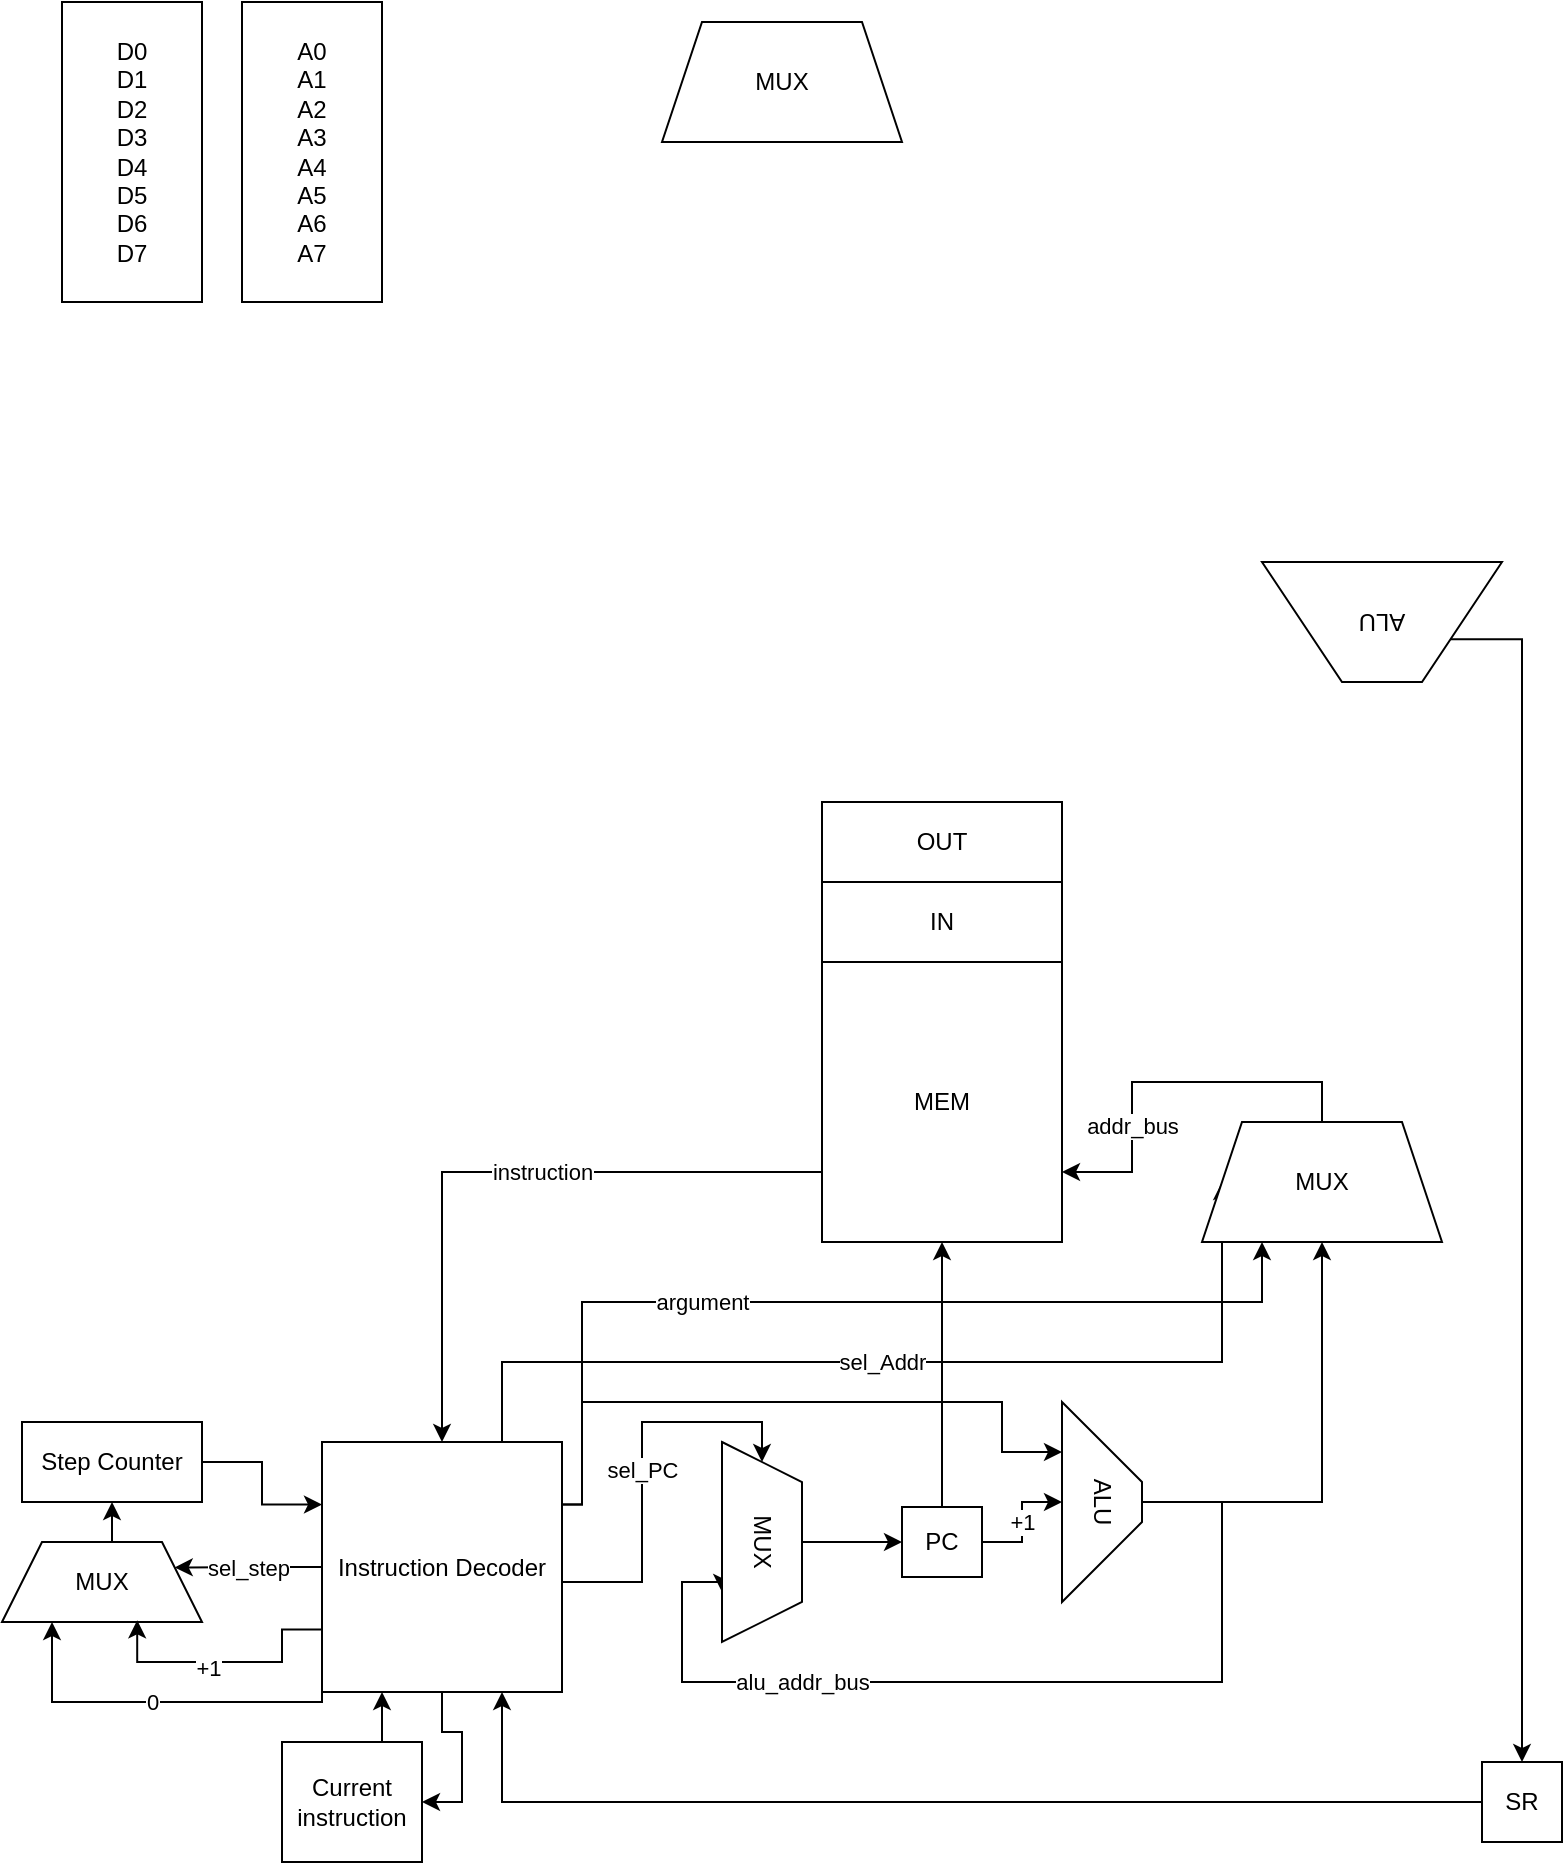
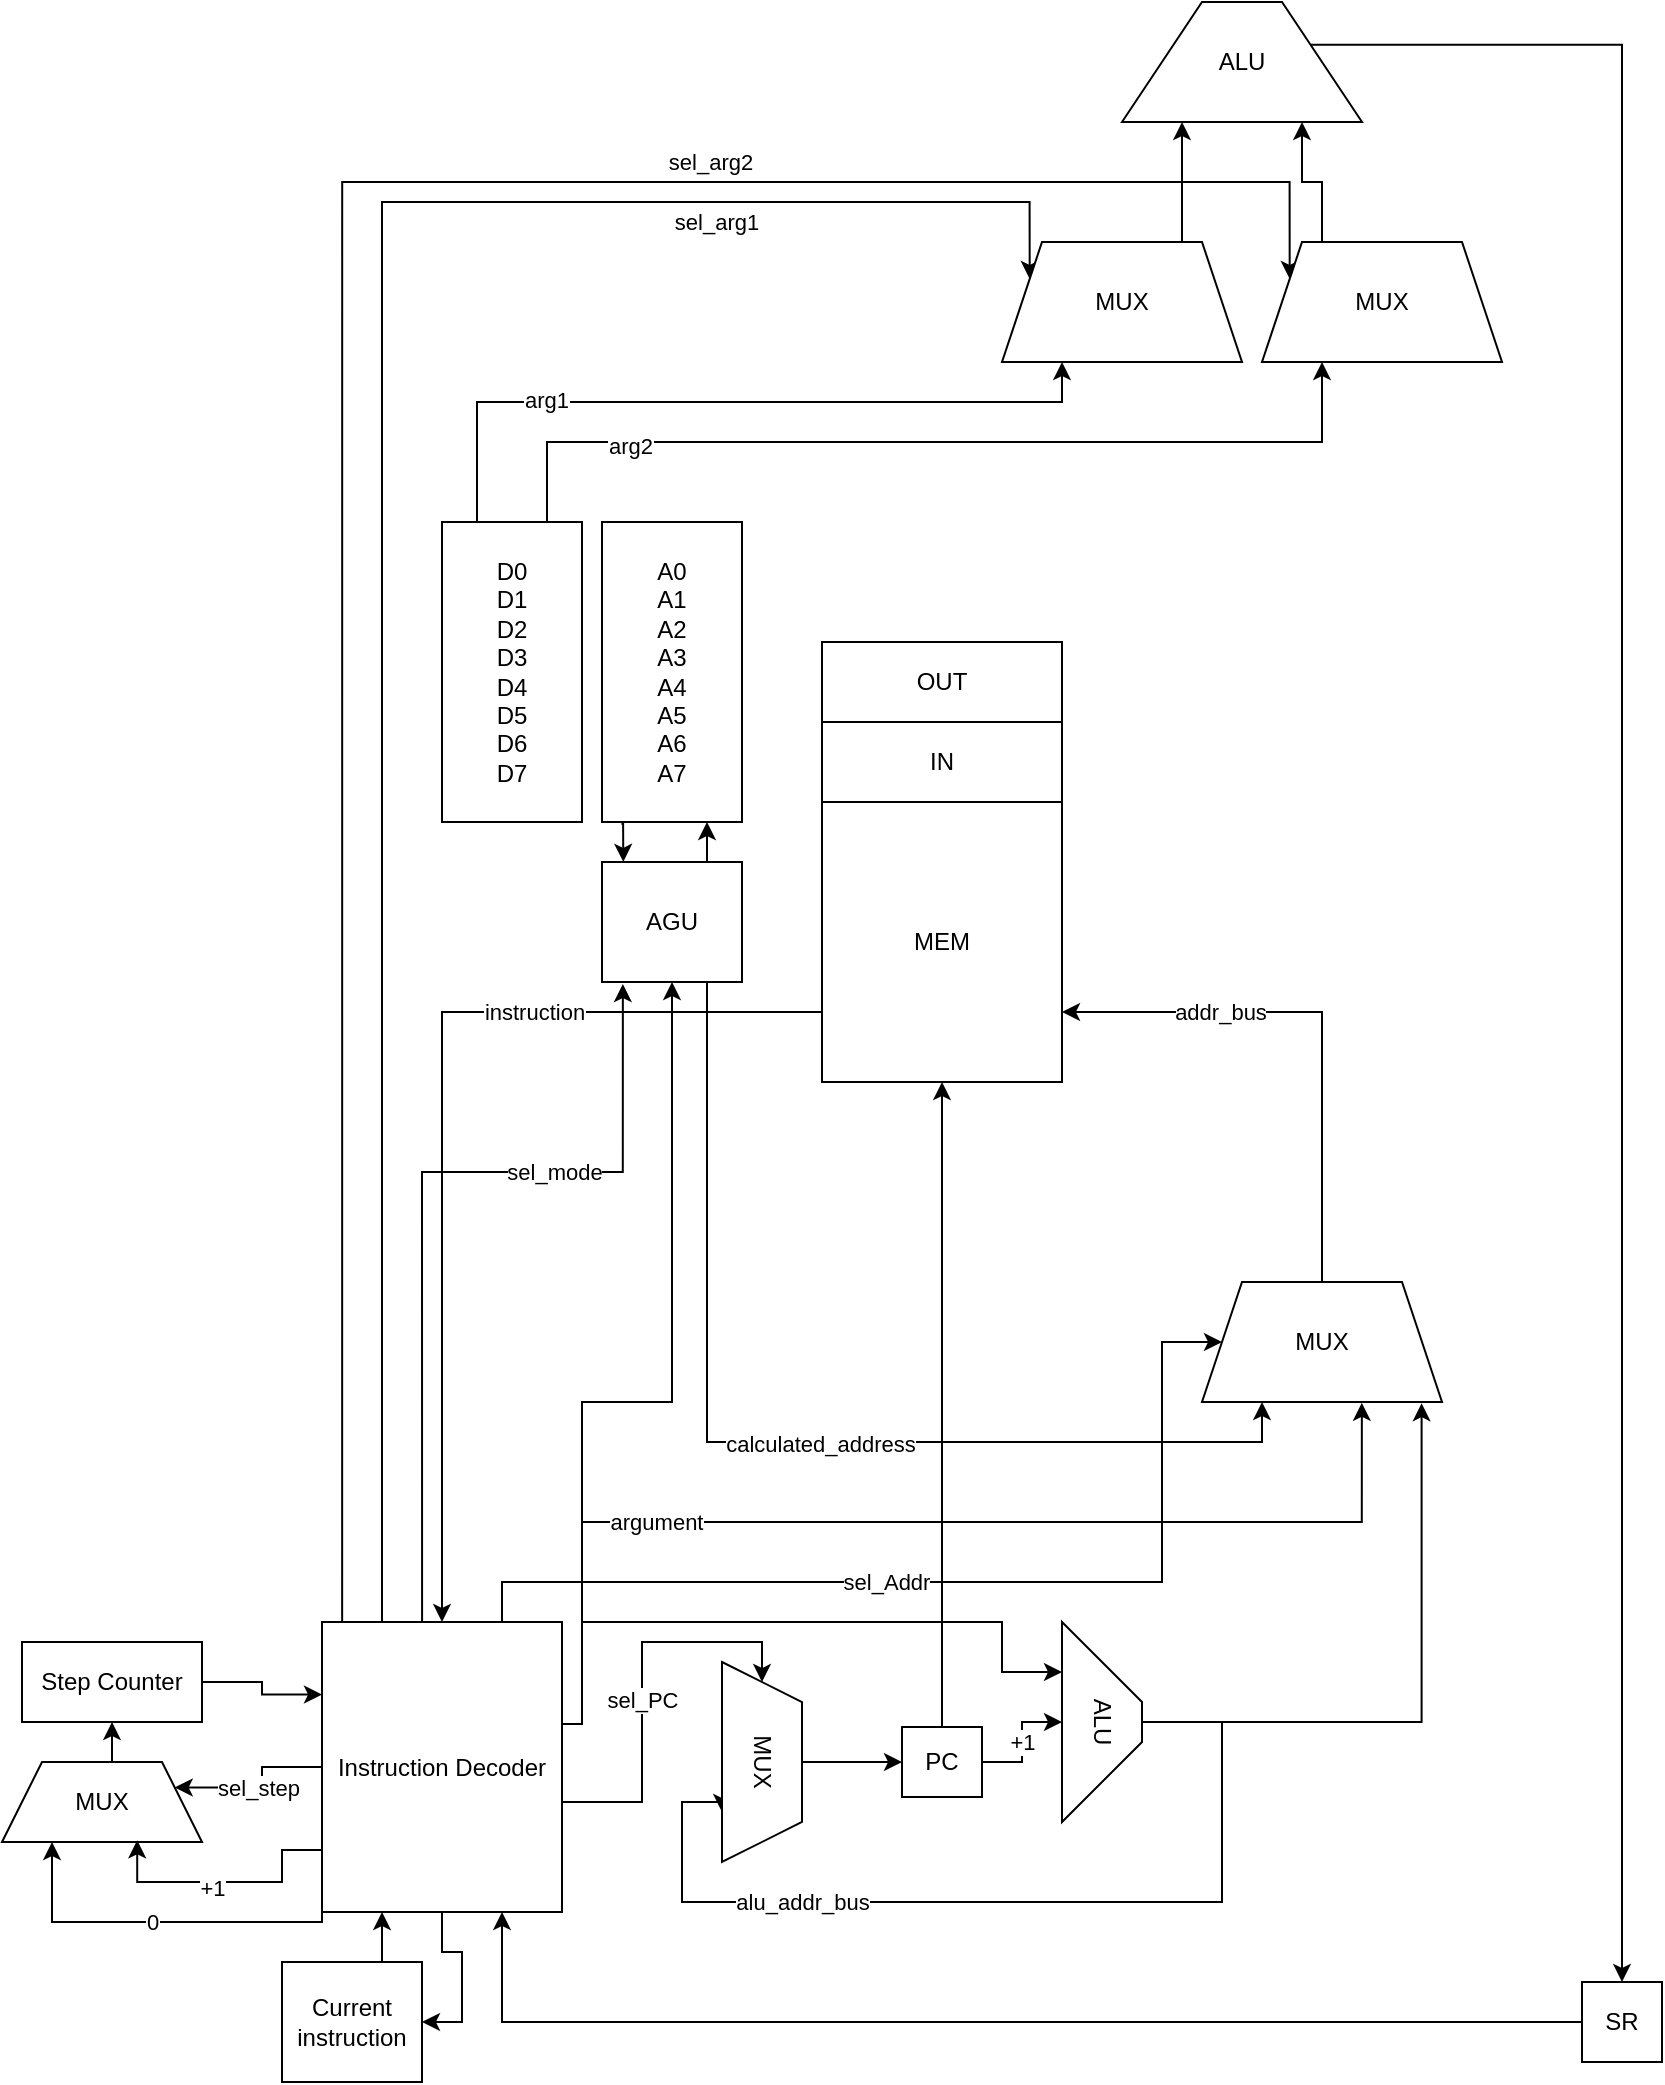
<mxfile host="app.diagrams.net">
  <diagram name="Page-1" id="vD0c1nyJ2qsoY4smOO1c">
-     <mxGraphModel dx="1109" dy="911" grid="1" gridSize="10" guides="1" tooltips="1" connect="1" arrows="1" fold="1" page="1" pageScale="1" pageWidth="850" pageHeight="1100" math="0" shadow="0">
+     <mxGraphModel dx="1194" dy="982" grid="1" gridSize="10" guides="1" tooltips="1" connect="1" arrows="1" fold="1" page="1" pageScale="1" pageWidth="850" pageHeight="1100" math="0" shadow="0">
      <root>
        <mxCell id="0" />
        <mxCell id="1" parent="0" />
+         <mxCell id="tmCgyVSAr47gJ168LUJc-76" edge="1" parent="1" source="tmCgyVSAr47gJ168LUJc-6" style="edgeStyle=orthogonalEdgeStyle;rounded=0;orthogonalLoop=1;jettySize=auto;html=1;exitX=0.25;exitY=0;exitDx=0;exitDy=0;entryX=0.25;entryY=1;entryDx=0;entryDy=0;" target="tmCgyVSAr47gJ168LUJc-71">
+           <mxGeometry relative="1" as="geometry">
+             <Array as="points">
+               <mxPoint x="248" y="240" />
+               <mxPoint x="540" y="240" />
+             </Array>
+           </mxGeometry>
+         </mxCell>
+         <mxCell id="tmCgyVSAr47gJ168LUJc-78" connectable="0" parent="tmCgyVSAr47gJ168LUJc-76" style="edgeLabel;html=1;align=center;verticalAlign=middle;resizable=0;points=[];" value="arg1" vertex="1">
+           <mxGeometry relative="1" x="-0.4947" y="1" as="geometry">
+             <mxPoint as="offset" />
+           </mxGeometry>
+         </mxCell>
+         <mxCell id="tmCgyVSAr47gJ168LUJc-77" edge="1" parent="1" source="tmCgyVSAr47gJ168LUJc-6" style="edgeStyle=orthogonalEdgeStyle;rounded=0;orthogonalLoop=1;jettySize=auto;html=1;exitX=0.75;exitY=0;exitDx=0;exitDy=0;entryX=0.25;entryY=1;entryDx=0;entryDy=0;" target="tmCgyVSAr47gJ168LUJc-70">
+           <mxGeometry relative="1" as="geometry" />
+         </mxCell>
+         <mxCell id="tmCgyVSAr47gJ168LUJc-79" connectable="0" parent="tmCgyVSAr47gJ168LUJc-77" style="edgeLabel;html=1;align=center;verticalAlign=middle;resizable=0;points=[];" value="arg2" vertex="1">
+           <mxGeometry relative="1" x="-0.653" y="-2" as="geometry">
+             <mxPoint as="offset" />
+           </mxGeometry>
+         </mxCell>
        <mxCell id="tmCgyVSAr47gJ168LUJc-6" parent="1" style="rounded=0;whiteSpace=wrap;html=1;" value="D0&lt;div&gt;D1&lt;/div&gt;&lt;div&gt;D2&lt;/div&gt;&lt;div&gt;D3&lt;/div&gt;&lt;div&gt;D4&lt;/div&gt;&lt;div&gt;D5&lt;/div&gt;&lt;div&gt;D6&lt;/div&gt;&lt;div&gt;D7&lt;/div&gt;" vertex="1">
-           <mxGeometry height="150" width="70" x="40" y="150" as="geometry" />
+           <mxGeometry height="150" width="70" x="230" y="300" as="geometry" />
        </mxCell>
        <mxCell id="tmCgyVSAr47gJ168LUJc-29" edge="1" parent="1" source="tmCgyVSAr47gJ168LUJc-7" style="edgeStyle=orthogonalEdgeStyle;rounded=0;orthogonalLoop=1;jettySize=auto;html=1;exitX=0;exitY=0.75;exitDx=0;exitDy=0;entryX=0.5;entryY=0;entryDx=0;entryDy=0;" target="tmCgyVSAr47gJ168LUJc-8" value="instruction">
-           <mxGeometry relative="1" x="-0.1385" as="geometry">
+           <mxGeometry relative="1" x="-0.4175" as="geometry">
            <mxPoint as="offset" />
          </mxGeometry>
        </mxCell>
        <mxCell id="tmCgyVSAr47gJ168LUJc-7" parent="1" style="rounded=0;whiteSpace=wrap;html=1;" value="MEM" vertex="1">
-           <mxGeometry height="140" width="120" x="420" y="630" as="geometry" />
+           <mxGeometry height="140" width="120" x="420" y="440" as="geometry" />
        </mxCell>
        <mxCell id="tmCgyVSAr47gJ168LUJc-18" edge="1" parent="1" source="tmCgyVSAr47gJ168LUJc-8" style="edgeStyle=orthogonalEdgeStyle;rounded=0;orthogonalLoop=1;jettySize=auto;html=1;exitX=1;exitY=0.5;exitDx=0;exitDy=0;entryX=0;entryY=0.5;entryDx=0;entryDy=0;" target="tmCgyVSAr47gJ168LUJc-17" value="sel_PC">
          <mxGeometry relative="1" as="geometry">
            <Array as="points">
              <mxPoint x="290" y="940" />
              <mxPoint x="330" y="940" />
              <mxPoint x="330" y="860" />
              <mxPoint x="390" y="860" />
            </Array>
          </mxGeometry>
        </mxCell>
        <mxCell id="tmCgyVSAr47gJ168LUJc-27" edge="1" parent="1" source="tmCgyVSAr47gJ168LUJc-8" style="edgeStyle=orthogonalEdgeStyle;rounded=0;orthogonalLoop=1;jettySize=auto;html=1;exitX=0.75;exitY=0;exitDx=0;exitDy=0;entryX=0;entryY=0.5;entryDx=0;entryDy=0;" target="tmCgyVSAr47gJ168LUJc-25" value="sel_Addr">
-           <mxGeometry relative="1" x="-0.0612" as="geometry">
+           <mxGeometry relative="1" x="-0.1538" as="geometry">
            <mxPoint as="offset" />
            <Array as="points">
              <mxPoint x="260" y="830" />
+               <mxPoint x="590" y="830" />
+               <mxPoint x="590" y="710" />
            </Array>
          </mxGeometry>
        </mxCell>
        <mxCell id="tmCgyVSAr47gJ168LUJc-31" edge="1" parent="1" source="tmCgyVSAr47gJ168LUJc-8" style="edgeStyle=orthogonalEdgeStyle;rounded=0;orthogonalLoop=1;jettySize=auto;html=1;exitX=0.5;exitY=1;exitDx=0;exitDy=0;entryX=1;entryY=0.5;entryDx=0;entryDy=0;" target="tmCgyVSAr47gJ168LUJc-30">
          <mxGeometry relative="1" as="geometry" />
        </mxCell>
        <mxCell id="tmCgyVSAr47gJ168LUJc-38" edge="1" parent="1" source="tmCgyVSAr47gJ168LUJc-8" style="edgeStyle=orthogonalEdgeStyle;rounded=0;orthogonalLoop=1;jettySize=auto;html=1;exitX=1;exitY=0.25;exitDx=0;exitDy=0;entryX=0.25;entryY=1;entryDx=0;entryDy=0;" target="tmCgyVSAr47gJ168LUJc-15">
          <mxGeometry relative="1" as="geometry">
            <Array as="points">
              <mxPoint x="300" y="901" />
              <mxPoint x="300" y="850" />
              <mxPoint x="510" y="850" />
              <mxPoint x="510" y="875" />
            </Array>
          </mxGeometry>
        </mxCell>
-         <mxCell id="tmCgyVSAr47gJ168LUJc-40" edge="1" parent="1" source="tmCgyVSAr47gJ168LUJc-8" style="edgeStyle=orthogonalEdgeStyle;rounded=0;orthogonalLoop=1;jettySize=auto;html=1;exitX=1;exitY=0.25;exitDx=0;exitDy=0;entryX=0.25;entryY=1;entryDx=0;entryDy=0;" target="tmCgyVSAr47gJ168LUJc-25">
+         <mxCell id="tmCgyVSAr47gJ168LUJc-40" edge="1" parent="1" source="tmCgyVSAr47gJ168LUJc-8" style="edgeStyle=orthogonalEdgeStyle;rounded=0;orthogonalLoop=1;jettySize=auto;html=1;exitX=1;exitY=0.25;exitDx=0;exitDy=0;entryX=0.666;entryY=1.007;entryDx=0;entryDy=0;entryPerimeter=0;" target="tmCgyVSAr47gJ168LUJc-25">
          <mxGeometry relative="1" as="geometry">
            <Array as="points">
              <mxPoint x="300" y="901" />
              <mxPoint x="300" y="800" />
-               <mxPoint x="640" y="800" />
+               <mxPoint x="690" y="800" />
            </Array>
          </mxGeometry>
        </mxCell>
        <mxCell id="tmCgyVSAr47gJ168LUJc-41" connectable="0" parent="tmCgyVSAr47gJ168LUJc-40" style="edgeLabel;html=1;align=center;verticalAlign=middle;resizable=0;points=[];" value="argument" vertex="1">
          <mxGeometry relative="1" x="0.5385" y="2" as="geometry">
-             <mxPoint x="-199" y="2" as="offset" />
+             <mxPoint x="-280" y="2" as="offset" />
          </mxGeometry>
        </mxCell>
        <mxCell id="tmCgyVSAr47gJ168LUJc-45" edge="1" parent="1" source="tmCgyVSAr47gJ168LUJc-8" style="edgeStyle=orthogonalEdgeStyle;rounded=0;orthogonalLoop=1;jettySize=auto;html=1;exitX=0;exitY=1;exitDx=0;exitDy=0;entryX=0.25;entryY=1;entryDx=0;entryDy=0;" target="tmCgyVSAr47gJ168LUJc-42" value="0">
          <mxGeometry relative="1" as="geometry">
            <Array as="points">
              <mxPoint x="170" y="1000" />
              <mxPoint x="35" y="1000" />
            </Array>
          </mxGeometry>
        </mxCell>
        <mxCell id="tmCgyVSAr47gJ168LUJc-47" edge="1" parent="1" source="tmCgyVSAr47gJ168LUJc-8" style="edgeStyle=orthogonalEdgeStyle;rounded=0;orthogonalLoop=1;jettySize=auto;html=1;exitX=0;exitY=0.5;exitDx=0;exitDy=0;entryX=1;entryY=0.25;entryDx=0;entryDy=0;" target="tmCgyVSAr47gJ168LUJc-42" value="sel_step">
          <mxGeometry relative="1" as="geometry" />
        </mxCell>
+         <mxCell id="tmCgyVSAr47gJ168LUJc-60" edge="1" parent="1" source="tmCgyVSAr47gJ168LUJc-8" style="edgeStyle=orthogonalEdgeStyle;rounded=0;orthogonalLoop=1;jettySize=auto;html=1;exitX=0.417;exitY=-0.003;exitDx=0;exitDy=0;entryX=0.149;entryY=1.017;entryDx=0;entryDy=0;entryPerimeter=0;exitPerimeter=0;" target="tmCgyVSAr47gJ168LUJc-57" value="sel_mode">
+           <mxGeometry relative="1" x="0.3883" as="geometry">
+             <mxPoint as="offset" />
+             <Array as="points">
+               <mxPoint x="220" y="625" />
+               <mxPoint x="320" y="625" />
+             </Array>
+             <mxPoint x="330" y="540" as="targetPoint" />
+           </mxGeometry>
+         </mxCell>
+         <mxCell id="tmCgyVSAr47gJ168LUJc-61" edge="1" parent="1" source="tmCgyVSAr47gJ168LUJc-8" style="edgeStyle=orthogonalEdgeStyle;rounded=0;orthogonalLoop=1;jettySize=auto;html=1;exitX=1;exitY=0.25;exitDx=0;exitDy=0;entryX=0.5;entryY=1;entryDx=0;entryDy=0;" target="tmCgyVSAr47gJ168LUJc-57">
+           <mxGeometry relative="1" as="geometry">
+             <Array as="points">
+               <mxPoint x="300" y="901" />
+               <mxPoint x="300" y="740" />
+               <mxPoint x="345" y="740" />
+             </Array>
+           </mxGeometry>
+         </mxCell>
+         <mxCell id="tmCgyVSAr47gJ168LUJc-81" edge="1" parent="1" source="tmCgyVSAr47gJ168LUJc-8" style="edgeStyle=orthogonalEdgeStyle;rounded=0;orthogonalLoop=1;jettySize=auto;html=1;exitX=0.25;exitY=0;exitDx=0;exitDy=0;entryX=0;entryY=0.25;entryDx=0;entryDy=0;" target="tmCgyVSAr47gJ168LUJc-71">
+           <mxGeometry relative="1" as="geometry">
+             <Array as="points">
+               <mxPoint x="200" y="140" />
+               <mxPoint x="524" y="140" />
+             </Array>
+           </mxGeometry>
+         </mxCell>
+         <mxCell id="tmCgyVSAr47gJ168LUJc-84" connectable="0" parent="tmCgyVSAr47gJ168LUJc-81" style="edgeLabel;html=1;align=center;verticalAlign=middle;resizable=0;points=[];" value="sel_arg1" vertex="1">
+           <mxGeometry relative="1" x="0.6348" as="geometry">
+             <mxPoint y="10" as="offset" />
+           </mxGeometry>
+         </mxCell>
+         <mxCell id="tmCgyVSAr47gJ168LUJc-83" edge="1" parent="1" source="tmCgyVSAr47gJ168LUJc-8" style="edgeStyle=orthogonalEdgeStyle;rounded=0;orthogonalLoop=1;jettySize=auto;html=1;exitX=0.084;exitY=-0.001;exitDx=0;exitDy=0;entryX=0;entryY=0.25;entryDx=0;entryDy=0;exitPerimeter=0;" target="tmCgyVSAr47gJ168LUJc-70">
+           <mxGeometry relative="1" as="geometry">
+             <Array as="points">
+               <mxPoint x="180" y="130" />
+               <mxPoint x="654" y="130" />
+             </Array>
+           </mxGeometry>
+         </mxCell>
+         <mxCell id="tmCgyVSAr47gJ168LUJc-85" connectable="0" parent="tmCgyVSAr47gJ168LUJc-83" style="edgeLabel;html=1;align=center;verticalAlign=middle;resizable=0;points=[];" value="sel_arg2" vertex="1">
+           <mxGeometry relative="1" x="0.4548" y="2" as="geometry">
+             <mxPoint y="-8" as="offset" />
+           </mxGeometry>
+         </mxCell>
        <mxCell id="tmCgyVSAr47gJ168LUJc-8" parent="1" style="rounded=0;whiteSpace=wrap;html=1;" value="Instruction Decoder" vertex="1">
-           <mxGeometry height="125" width="120" x="170" y="870" as="geometry" />
+           <mxGeometry height="145" width="120" x="170" y="850" as="geometry" />
        </mxCell>
        <mxCell id="tmCgyVSAr47gJ168LUJc-20" edge="1" parent="1" source="tmCgyVSAr47gJ168LUJc-11" style="edgeStyle=orthogonalEdgeStyle;rounded=0;orthogonalLoop=1;jettySize=auto;html=1;exitX=0.5;exitY=0;exitDx=0;exitDy=0;entryX=0.5;entryY=1;entryDx=0;entryDy=0;" target="tmCgyVSAr47gJ168LUJc-7">
          <mxGeometry relative="1" as="geometry" />
        </mxCell>
        <mxCell id="tmCgyVSAr47gJ168LUJc-33" edge="1" parent="1" source="tmCgyVSAr47gJ168LUJc-11" style="edgeStyle=orthogonalEdgeStyle;rounded=0;orthogonalLoop=1;jettySize=auto;html=1;exitX=1;exitY=0.5;exitDx=0;exitDy=0;entryX=0.5;entryY=1;entryDx=0;entryDy=0;" target="tmCgyVSAr47gJ168LUJc-15" value="+1">
          <mxGeometry relative="1" as="geometry" />
        </mxCell>
        <mxCell id="tmCgyVSAr47gJ168LUJc-11" parent="1" style="rounded=0;whiteSpace=wrap;html=1;" value="PC" vertex="1">
          <mxGeometry height="35" width="40" x="460" y="902.5" as="geometry" />
        </mxCell>
        <mxCell id="tmCgyVSAr47gJ168LUJc-48" edge="1" parent="1" source="tmCgyVSAr47gJ168LUJc-12" style="edgeStyle=orthogonalEdgeStyle;rounded=0;orthogonalLoop=1;jettySize=auto;html=1;exitX=1;exitY=0.5;exitDx=0;exitDy=0;entryX=0;entryY=0.25;entryDx=0;entryDy=0;" target="tmCgyVSAr47gJ168LUJc-8">
          <mxGeometry relative="1" as="geometry" />
        </mxCell>
        <mxCell id="tmCgyVSAr47gJ168LUJc-12" parent="1" style="rounded=0;whiteSpace=wrap;html=1;" value="Step Counter" vertex="1">
          <mxGeometry height="40" width="90" x="20" y="860" as="geometry" />
        </mxCell>
        <mxCell id="tmCgyVSAr47gJ168LUJc-24" edge="1" parent="1" source="tmCgyVSAr47gJ168LUJc-15" style="edgeStyle=orthogonalEdgeStyle;rounded=0;orthogonalLoop=1;jettySize=auto;html=1;exitX=0.5;exitY=0;exitDx=0;exitDy=0;entryX=0.75;entryY=1;entryDx=0;entryDy=0;" target="tmCgyVSAr47gJ168LUJc-17" value="alu_addr_bus">
          <mxGeometry relative="1" x="0.4316" as="geometry">
            <mxPoint as="offset" />
            <Array as="points">
              <mxPoint x="620" y="900" />
              <mxPoint x="620" y="990" />
              <mxPoint x="350" y="990" />
              <mxPoint x="350" y="940" />
              <mxPoint x="370" y="940" />
            </Array>
          </mxGeometry>
        </mxCell>
-         <mxCell id="tmCgyVSAr47gJ168LUJc-26" edge="1" parent="1" source="tmCgyVSAr47gJ168LUJc-15" style="edgeStyle=orthogonalEdgeStyle;rounded=0;orthogonalLoop=1;jettySize=auto;html=1;exitX=0.5;exitY=0;exitDx=0;exitDy=0;entryX=0.5;entryY=1;entryDx=0;entryDy=0;" target="tmCgyVSAr47gJ168LUJc-25">
-           <mxGeometry relative="1" as="geometry" />
+         <mxCell id="tmCgyVSAr47gJ168LUJc-26" edge="1" parent="1" source="tmCgyVSAr47gJ168LUJc-15" style="edgeStyle=orthogonalEdgeStyle;rounded=0;orthogonalLoop=1;jettySize=auto;html=1;exitX=0.5;exitY=0;exitDx=0;exitDy=0;entryX=0.915;entryY=1.01;entryDx=0;entryDy=0;entryPerimeter=0;" target="tmCgyVSAr47gJ168LUJc-25">
+           <mxGeometry relative="1" as="geometry">
+             <Array as="points">
+               <mxPoint x="720" y="900" />
+             </Array>
+           </mxGeometry>
        </mxCell>
        <mxCell id="tmCgyVSAr47gJ168LUJc-15" parent="1" style="shape=trapezoid;perimeter=trapezoidPerimeter;whiteSpace=wrap;html=1;fixedSize=1;rotation=90;size=40;" value="ALU" vertex="1">
          <mxGeometry height="40" width="100" x="510" y="880" as="geometry" />
        </mxCell>
        <mxCell id="tmCgyVSAr47gJ168LUJc-19" edge="1" parent="1" source="tmCgyVSAr47gJ168LUJc-17" style="edgeStyle=orthogonalEdgeStyle;rounded=0;orthogonalLoop=1;jettySize=auto;html=1;exitX=0.5;exitY=0;exitDx=0;exitDy=0;entryX=0;entryY=0.5;entryDx=0;entryDy=0;" target="tmCgyVSAr47gJ168LUJc-11">
          <mxGeometry relative="1" as="geometry" />
        </mxCell>
        <mxCell id="tmCgyVSAr47gJ168LUJc-17" parent="1" style="shape=trapezoid;perimeter=trapezoidPerimeter;whiteSpace=wrap;html=1;fixedSize=1;rotation=90;" value="MUX" vertex="1">
          <mxGeometry height="40" width="100" x="340" y="900" as="geometry" />
        </mxCell>
        <mxCell id="tmCgyVSAr47gJ168LUJc-34" edge="1" parent="1" source="tmCgyVSAr47gJ168LUJc-25" style="edgeStyle=orthogonalEdgeStyle;rounded=0;orthogonalLoop=1;jettySize=auto;html=1;exitX=0.5;exitY=0;exitDx=0;exitDy=0;entryX=1;entryY=0.75;entryDx=0;entryDy=0;" target="tmCgyVSAr47gJ168LUJc-7" value="addr_bus">
          <mxGeometry relative="1" x="0.4074" as="geometry">
            <mxPoint as="offset" />
          </mxGeometry>
        </mxCell>
        <mxCell id="tmCgyVSAr47gJ168LUJc-25" parent="1" style="shape=trapezoid;perimeter=trapezoidPerimeter;whiteSpace=wrap;html=1;fixedSize=1;rotation=0;" value="MUX" vertex="1">
-           <mxGeometry height="60" width="120" x="610" y="710" as="geometry" />
+           <mxGeometry height="60" width="120" x="610" y="680" as="geometry" />
        </mxCell>
        <mxCell id="tmCgyVSAr47gJ168LUJc-32" edge="1" parent="1" source="tmCgyVSAr47gJ168LUJc-30" style="edgeStyle=orthogonalEdgeStyle;rounded=0;orthogonalLoop=1;jettySize=auto;html=1;exitX=0.75;exitY=0;exitDx=0;exitDy=0;entryX=0.25;entryY=1;entryDx=0;entryDy=0;" target="tmCgyVSAr47gJ168LUJc-8">
          <mxGeometry relative="1" as="geometry" />
        </mxCell>
        <mxCell id="tmCgyVSAr47gJ168LUJc-30" parent="1" style="whiteSpace=wrap;html=1;" value="Current instruction" vertex="1">
          <mxGeometry height="60" width="70" x="150" y="1020" as="geometry" />
        </mxCell>
        <mxCell id="tmCgyVSAr47gJ168LUJc-35" parent="1" style="whiteSpace=wrap;html=1;" value="IN" vertex="1">
-           <mxGeometry height="40" width="120" x="420" y="590" as="geometry" />
+           <mxGeometry height="40" width="120" x="420" y="400" as="geometry" />
        </mxCell>
        <mxCell id="tmCgyVSAr47gJ168LUJc-36" parent="1" style="whiteSpace=wrap;html=1;" value="OUT" vertex="1">
-           <mxGeometry height="40" width="120" x="420" y="550" as="geometry" />
+           <mxGeometry height="40" width="120" x="420" y="360" as="geometry" />
        </mxCell>
        <mxCell id="tmCgyVSAr47gJ168LUJc-43" edge="1" parent="1" source="tmCgyVSAr47gJ168LUJc-42" style="edgeStyle=orthogonalEdgeStyle;rounded=0;orthogonalLoop=1;jettySize=auto;html=1;exitX=0.5;exitY=0;exitDx=0;exitDy=0;entryX=0.5;entryY=1;entryDx=0;entryDy=0;" target="tmCgyVSAr47gJ168LUJc-12">
          <mxGeometry relative="1" as="geometry" />
        </mxCell>
        <mxCell id="tmCgyVSAr47gJ168LUJc-42" parent="1" style="shape=trapezoid;perimeter=trapezoidPerimeter;whiteSpace=wrap;html=1;fixedSize=1;rotation=0;" value="MUX" vertex="1">
          <mxGeometry height="40" width="100" x="10" y="920" as="geometry" />
        </mxCell>
        <mxCell id="tmCgyVSAr47gJ168LUJc-44" edge="1" parent="1" source="tmCgyVSAr47gJ168LUJc-8" style="edgeStyle=orthogonalEdgeStyle;rounded=0;orthogonalLoop=1;jettySize=auto;html=1;exitX=0;exitY=0.75;exitDx=0;exitDy=0;entryX=0.676;entryY=0.979;entryDx=0;entryDy=0;entryPerimeter=0;" target="tmCgyVSAr47gJ168LUJc-42">
          <mxGeometry relative="1" as="geometry">
            <Array as="points">
              <mxPoint x="150" y="964" />
              <mxPoint x="150" y="980" />
              <mxPoint x="78" y="980" />
            </Array>
          </mxGeometry>
        </mxCell>
        <mxCell id="tmCgyVSAr47gJ168LUJc-46" connectable="0" parent="tmCgyVSAr47gJ168LUJc-44" style="edgeLabel;html=1;align=center;verticalAlign=middle;resizable=0;points=[];" value="+1" vertex="1">
          <mxGeometry relative="1" x="0.1365" y="3" as="geometry">
            <mxPoint as="offset" />
          </mxGeometry>
        </mxCell>
+         <mxCell id="tmCgyVSAr47gJ168LUJc-58" edge="1" parent="1" source="tmCgyVSAr47gJ168LUJc-49" style="edgeStyle=orthogonalEdgeStyle;rounded=0;orthogonalLoop=1;jettySize=auto;html=1;exitX=0.146;exitY=1.009;exitDx=0;exitDy=0;entryX=0.152;entryY=-0.001;entryDx=0;entryDy=0;exitPerimeter=0;entryPerimeter=0;" target="tmCgyVSAr47gJ168LUJc-57">
+           <mxGeometry relative="1" as="geometry">
+             <Array as="points">
+               <mxPoint x="320" y="300" />
+               <mxPoint x="320" y="300" />
+               <mxPoint x="320" y="320" />
+             </Array>
+           </mxGeometry>
+         </mxCell>
        <mxCell id="tmCgyVSAr47gJ168LUJc-49" parent="1" style="rounded=0;whiteSpace=wrap;html=1;" value="A0&lt;div&gt;A1&lt;/div&gt;&lt;div&gt;A2&lt;/div&gt;&lt;div&gt;A3&lt;/div&gt;&lt;div&gt;A4&lt;/div&gt;&lt;div&gt;A5&lt;/div&gt;&lt;div&gt;A6&lt;/div&gt;&lt;div&gt;A7&lt;/div&gt;" vertex="1">
-           <mxGeometry height="150" width="70" x="130" y="150" as="geometry" />
+           <mxGeometry height="150" width="70" x="310" y="300" as="geometry" />
        </mxCell>
        <mxCell id="tmCgyVSAr47gJ168LUJc-56" edge="1" parent="1" source="tmCgyVSAr47gJ168LUJc-50" style="edgeStyle=orthogonalEdgeStyle;rounded=0;orthogonalLoop=1;jettySize=auto;html=1;exitX=0;exitY=0.5;exitDx=0;exitDy=0;entryX=0.75;entryY=1;entryDx=0;entryDy=0;" target="tmCgyVSAr47gJ168LUJc-8">
          <mxGeometry relative="1" as="geometry" />
        </mxCell>
        <mxCell id="tmCgyVSAr47gJ168LUJc-50" parent="1" style="whiteSpace=wrap;html=1;" value="SR" vertex="1">
-           <mxGeometry height="40" width="40" x="750" y="1030" as="geometry" />
-         </mxCell>
-         <mxCell id="tmCgyVSAr47gJ168LUJc-55" edge="1" parent="1" source="tmCgyVSAr47gJ168LUJc-51" style="edgeStyle=orthogonalEdgeStyle;rounded=0;orthogonalLoop=1;jettySize=auto;html=1;exitX=0;exitY=0.25;exitDx=0;exitDy=0;entryX=0.5;entryY=0;entryDx=0;entryDy=0;" target="tmCgyVSAr47gJ168LUJc-50">
-           <mxGeometry relative="1" as="geometry">
-             <Array as="points">
-               <mxPoint x="770" y="469" />
-             </Array>
-           </mxGeometry>
-         </mxCell>
-         <mxCell id="tmCgyVSAr47gJ168LUJc-51" parent="1" style="shape=trapezoid;perimeter=trapezoidPerimeter;whiteSpace=wrap;html=1;fixedSize=1;size=40;rotation=-180;" value="ALU" vertex="1">
-           <mxGeometry height="60" width="120" x="640" y="430" as="geometry" />
-         </mxCell>
-         <mxCell id="tmCgyVSAr47gJ168LUJc-54" parent="1" style="shape=trapezoid;perimeter=trapezoidPerimeter;whiteSpace=wrap;html=1;fixedSize=1;rotation=0;" value="MUX" vertex="1">
-           <mxGeometry height="60" width="120" x="340" y="160" as="geometry" />
+           <mxGeometry height="40" width="40" x="800" y="1030" as="geometry" />
+         </mxCell>
+         <mxCell id="tmCgyVSAr47gJ168LUJc-55" edge="1" parent="1" source="tmCgyVSAr47gJ168LUJc-51" style="edgeStyle=orthogonalEdgeStyle;rounded=0;orthogonalLoop=1;jettySize=auto;html=1;exitX=1;exitY=0.25;exitDx=0;exitDy=0;entryX=0.5;entryY=0;entryDx=0;entryDy=0;" target="tmCgyVSAr47gJ168LUJc-50">
+           <mxGeometry relative="1" as="geometry">
+             <Array as="points">
+               <mxPoint x="820" y="61" />
+             </Array>
+           </mxGeometry>
+         </mxCell>
+         <mxCell id="tmCgyVSAr47gJ168LUJc-51" parent="1" style="shape=trapezoid;perimeter=trapezoidPerimeter;whiteSpace=wrap;html=1;fixedSize=1;size=40;rotation=0;" value="ALU" vertex="1">
+           <mxGeometry height="60" width="120" x="570" y="40" as="geometry" />
+         </mxCell>
+         <mxCell id="tmCgyVSAr47gJ168LUJc-62" edge="1" parent="1" source="tmCgyVSAr47gJ168LUJc-57" style="edgeStyle=orthogonalEdgeStyle;rounded=0;orthogonalLoop=1;jettySize=auto;html=1;exitX=0.75;exitY=0;exitDx=0;exitDy=0;entryX=0.75;entryY=1;entryDx=0;entryDy=0;" target="tmCgyVSAr47gJ168LUJc-49">
+           <mxGeometry relative="1" as="geometry" />
+         </mxCell>
+         <mxCell id="tmCgyVSAr47gJ168LUJc-68" edge="1" parent="1" source="tmCgyVSAr47gJ168LUJc-57" style="edgeStyle=orthogonalEdgeStyle;rounded=0;orthogonalLoop=1;jettySize=auto;html=1;exitX=0.75;exitY=1;exitDx=0;exitDy=0;entryX=0.25;entryY=1;entryDx=0;entryDy=0;" target="tmCgyVSAr47gJ168LUJc-25">
+           <mxGeometry relative="1" as="geometry" />
+         </mxCell>
+         <mxCell id="tmCgyVSAr47gJ168LUJc-69" connectable="0" parent="tmCgyVSAr47gJ168LUJc-68" style="edgeLabel;html=1;align=center;verticalAlign=middle;resizable=0;points=[];" value="calculated_address" vertex="1">
+           <mxGeometry relative="1" x="0.0842" y="-1" as="geometry">
+             <mxPoint as="offset" />
+           </mxGeometry>
+         </mxCell>
+         <mxCell id="tmCgyVSAr47gJ168LUJc-57" parent="1" style="whiteSpace=wrap;html=1;" value="AGU" vertex="1">
+           <mxGeometry height="60" width="70" x="310" y="470" as="geometry" />
+         </mxCell>
+         <mxCell id="tmCgyVSAr47gJ168LUJc-75" edge="1" parent="1" source="tmCgyVSAr47gJ168LUJc-70" style="edgeStyle=orthogonalEdgeStyle;rounded=0;orthogonalLoop=1;jettySize=auto;html=1;exitX=0.25;exitY=0;exitDx=0;exitDy=0;entryX=0.75;entryY=1;entryDx=0;entryDy=0;" target="tmCgyVSAr47gJ168LUJc-51">
+           <mxGeometry relative="1" as="geometry" />
+         </mxCell>
+         <mxCell id="tmCgyVSAr47gJ168LUJc-70" parent="1" style="shape=trapezoid;perimeter=trapezoidPerimeter;whiteSpace=wrap;html=1;fixedSize=1;rotation=0;" value="MUX" vertex="1">
+           <mxGeometry height="60" width="120" x="640" y="160" as="geometry" />
+         </mxCell>
+         <mxCell id="tmCgyVSAr47gJ168LUJc-73" edge="1" parent="1" source="tmCgyVSAr47gJ168LUJc-71" style="edgeStyle=orthogonalEdgeStyle;rounded=0;orthogonalLoop=1;jettySize=auto;html=1;exitX=0.75;exitY=0;exitDx=0;exitDy=0;entryX=0.25;entryY=1;entryDx=0;entryDy=0;" target="tmCgyVSAr47gJ168LUJc-51">
+           <mxGeometry relative="1" as="geometry" />
+         </mxCell>
+         <mxCell id="tmCgyVSAr47gJ168LUJc-71" parent="1" style="shape=trapezoid;perimeter=trapezoidPerimeter;whiteSpace=wrap;html=1;fixedSize=1;rotation=0;" value="MUX" vertex="1">
+           <mxGeometry height="60" width="120" x="510" y="160" as="geometry" />
        </mxCell>
      </root>
    </mxGraphModel>
  </diagram>
</mxfile>
